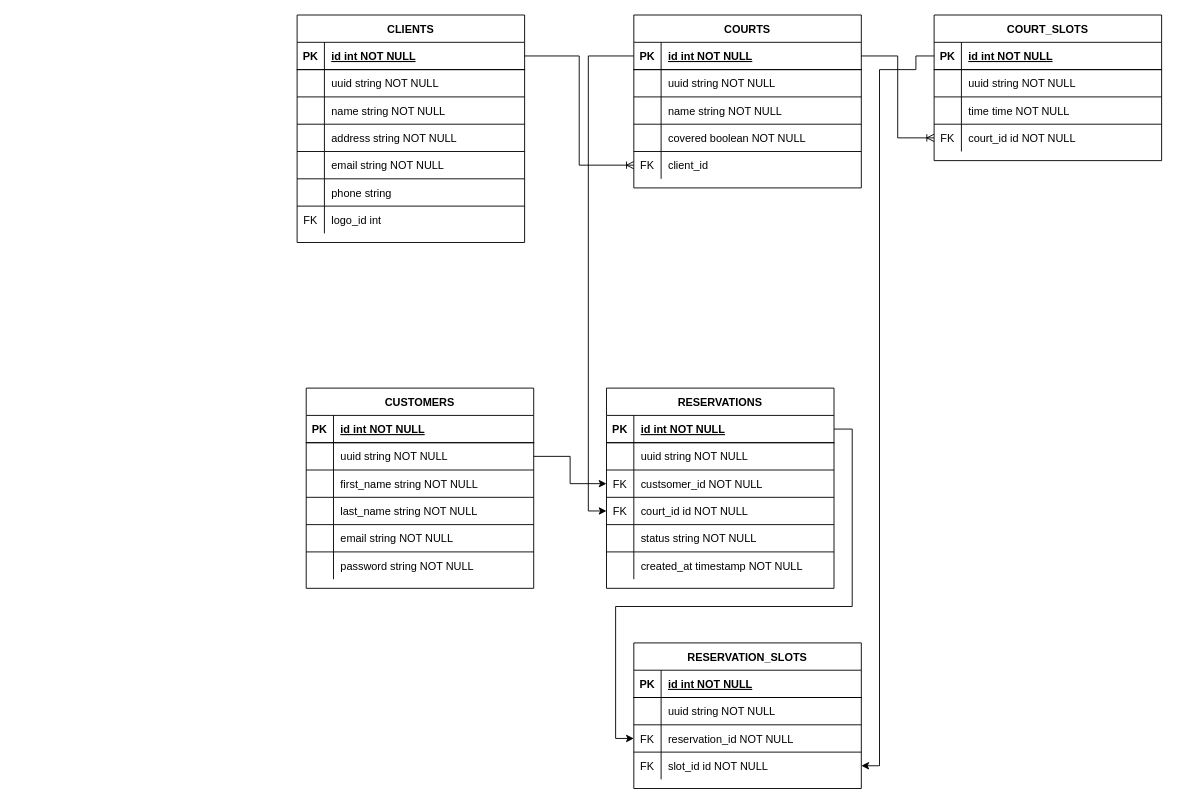
Earlier version of the draw.io diagram docs/database.drawio (dylanvill/lokal-pikol). Source tidied: cells renumbered, new cells numbered last; positions are measured from the earlier drawing's top-left corner, leaving out a move shared by most shapes. Both pictures are drawn from the tidied source at 91%, with x=0, y=0 at pixel (297, 15).
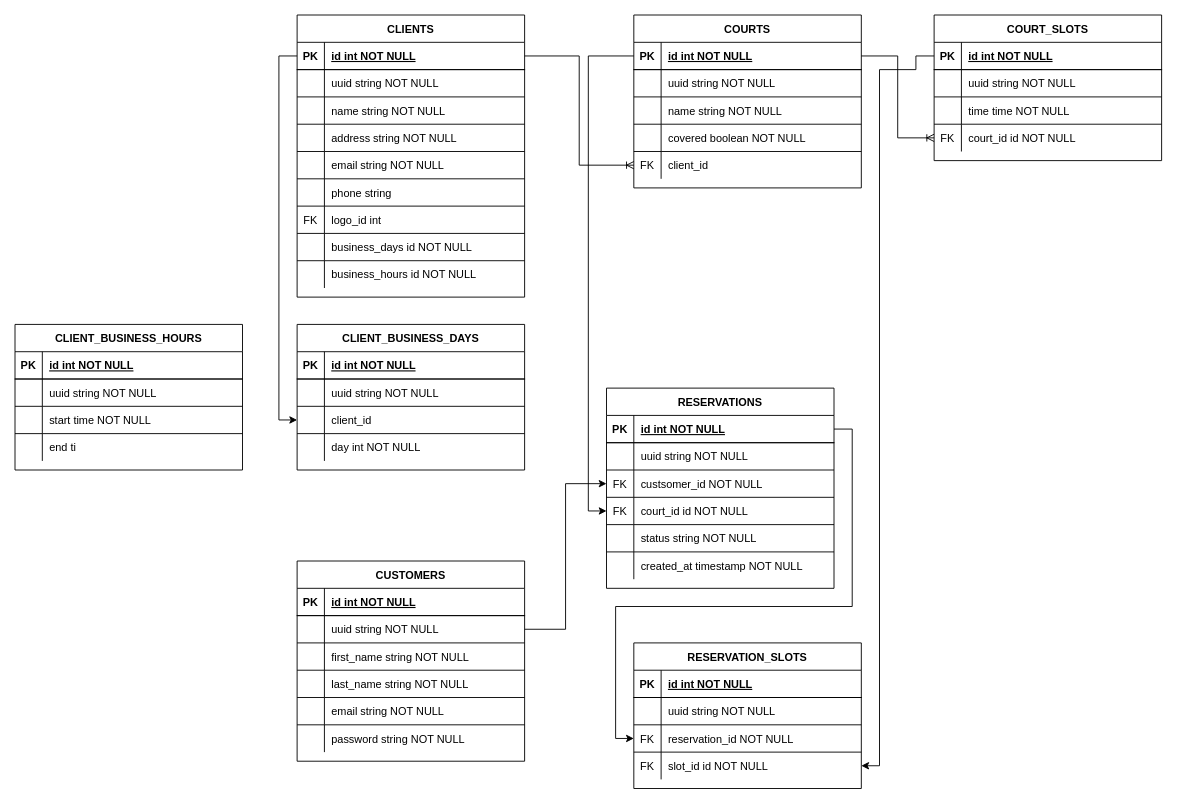
The same diagram, later.

Commit message:
docs: database chart update

The change refers to these unchanged cells:
```xml
<mxCell id="32" style="shape=partialRectangle;fillColor=none;points=[[0,0.5],[1,0.5]];portConstraint=eastwest;top=0;left=0;right=0;bottom=1;" parent="31" vertex="1">
  <mxGeometry y="30" width="250" height="30" as="geometry" />
</mxCell>
```

The edit, as a diff of the source:
```diff
@@
     <mxCell id="31" value="CLIENTS" style="shape=table;startSize=30;childLayout=tableLayout;rowLines=1;fontStyle=1;align=center;" parent="1" vertex="1">
-      <mxGeometry width="250" height="250" as="geometry" />
+      <mxGeometry width="250" height="310" as="geometry" />
     </mxCell>
@@
+    <mxCell id="110" style="shape=partialRectangle;fillColor=none;top=0;left=0;right=0;bottom=0;" parent="31" vertex="1">
+      <mxGeometry y="240" width="250" height="30" as="geometry" />
+    </mxCell>
+    <mxCell id="111" style="shape=partialRectangle;overflow=hidden;fillColor=none;top=0;left=0;bottom=0;right=0;" parent="110" vertex="1">
+      <mxGeometry width="30" height="30" as="geometry" />
+    </mxCell>
+    <mxCell id="112" value="business_days id NOT NULL" style="shape=partialRectangle;overflow=hidden;fillColor=none;top=0;left=0;bottom=0;right=0;align=left;spacingLeft=6;" parent="110" vertex="1">
+      <mxGeometry x="30" width="220" height="30" as="geometry" />
+    </mxCell>
+    <mxCell id="113" style="shape=partialRectangle;fillColor=none;top=0;left=0;right=0;bottom=0;" parent="31" vertex="1">
+      <mxGeometry y="270" width="250" height="30" as="geometry" />
+    </mxCell>
+    <mxCell id="114" style="shape=partialRectangle;overflow=hidden;fillColor=none;top=0;left=0;bottom=0;right=0;" parent="113" vertex="1">
+      <mxGeometry width="30" height="30" as="geometry" />
+    </mxCell>
+    <mxCell id="115" value="business_hours id NOT NULL" style="shape=partialRectangle;overflow=hidden;fillColor=none;top=0;left=0;bottom=0;right=0;align=left;spacingLeft=6;" parent="113" vertex="1">
+      <mxGeometry x="30" width="220" height="30" as="geometry" />
+    </mxCell>
@@
     <mxCell id="55" value="CUSTOMERS" style="shape=table;startSize=30;childLayout=tableLayout;rowLines=1;fontStyle=1;align=center;" parent="1" vertex="1">
-      <mxGeometry x="10" y="410" width="250" height="220" as="geometry" />
+      <mxGeometry y="600" width="250" height="220" as="geometry" />
     </mxCell>
@@
+    <mxCell id="116" value="CLIENT_BUSINESS_DAYS" style="shape=table;startSize=30;childLayout=tableLayout;rowLines=1;fontStyle=1;align=center;" parent="1" vertex="1">
+      <mxGeometry y="340" width="250" height="160" as="geometry" />
+    </mxCell>
+    <mxCell id="117" style="shape=partialRectangle;fillColor=none;top=0;left=0;right=0;bottom=1;" parent="116" vertex="1">
+      <mxGeometry y="30" width="250" height="30" as="geometry" />
+    </mxCell>
+    <mxCell id="118" value="PK" style="shape=partialRectangle;overflow=hidden;fillColor=none;top=0;left=0;bottom=0;right=0;fontStyle=1;" parent="117" vertex="1">
+      <mxGeometry width="30" height="30" as="geometry" />
+    </mxCell>
+    <mxCell id="119" value="id int NOT NULL" style="shape=partialRectangle;overflow=hidden;fillColor=none;top=0;left=0;bottom=0;right=0;align=left;spacingLeft=6;fontStyle=5;" parent="117" vertex="1">
+      <mxGeometry x="30" width="220" height="30" as="geometry" />
+    </mxCell>
+    <mxCell id="120" style="shape=partialRectangle;fillColor=none;top=0;left=0;right=0;bottom=0;" parent="116" vertex="1">
+      <mxGeometry y="60" width="250" height="30" as="geometry" />
+    </mxCell>
+    <mxCell id="121" style="shape=partialRectangle;overflow=hidden;fillColor=none;top=0;left=0;bottom=0;right=0;" parent="120" vertex="1">
+      <mxGeometry width="30" height="30" as="geometry" />
+    </mxCell>
+    <mxCell id="122" value="uuid string NOT NULL" style="shape=partialRectangle;overflow=hidden;fillColor=none;top=0;left=0;bottom=0;right=0;align=left;spacingLeft=6;" parent="120" vertex="1">
+      <mxGeometry x="30" width="220" height="30" as="geometry" />
+    </mxCell>
+    <mxCell id="123" style="shape=partialRectangle;fillColor=none;points=[[0,0.5],[1,0.5]];portConstraint=eastwest;top=0;left=0;right=0;bottom=0;" parent="116" vertex="1">
+      <mxGeometry y="90" width="250" height="30" as="geometry" />
+    </mxCell>
+    <mxCell id="124" style="shape=partialRectangle;overflow=hidden;fillColor=none;top=0;left=0;bottom=0;right=0;" parent="123" vertex="1">
+      <mxGeometry width="30" height="30" as="geometry" />
+    </mxCell>
+    <mxCell id="125" value="client_id" style="shape=partialRectangle;overflow=hidden;fillColor=none;top=0;left=0;bottom=0;right=0;align=left;spacingLeft=6;" parent="123" vertex="1">
+      <mxGeometry x="30" width="220" height="30" as="geometry" />
+    </mxCell>
+    <mxCell id="126" style="shape=partialRectangle;fillColor=none;top=0;left=0;right=0;bottom=0;" parent="116" vertex="1">
+      <mxGeometry y="120" width="250" height="30" as="geometry" />
+    </mxCell>
+    <mxCell id="127" style="shape=partialRectangle;overflow=hidden;fillColor=none;top=0;left=0;bottom=0;right=0;" parent="126" vertex="1">
+      <mxGeometry width="30" height="30" as="geometry" />
+    </mxCell>
+    <mxCell id="128" value="day int NOT NULL" style="shape=partialRectangle;overflow=hidden;fillColor=none;top=0;left=0;bottom=0;right=0;align=left;spacingLeft=6;" parent="126" vertex="1">
+      <mxGeometry x="30" width="220" height="30" as="geometry" />
+    </mxCell>
+    <mxCell id="129" style="edgeStyle=orthogonalEdgeStyle;rounded=0;jettySize=auto;html=1;exitX=0;exitY=0.5;exitDx=0;exitDy=0;entryX=0;entryY=0.5;entryDx=0;entryDy=0;" parent="1" edge="1" source="32" target="123">
+      <mxGeometry relative="1" as="geometry" />
+    </mxCell>
+    <mxCell id="130" value="CLIENT_BUSINESS_HOURS" style="shape=table;startSize=30;childLayout=tableLayout;rowLines=1;fontStyle=1;align=center;" parent="1" vertex="1">
+      <mxGeometry x="-310" y="340" width="250" height="160" as="geometry" />
+    </mxCell>
+    <mxCell id="131" style="shape=partialRectangle;fillColor=none;top=0;left=0;right=0;bottom=1;" parent="130" vertex="1">
+      <mxGeometry y="30" width="250" height="30" as="geometry" />
+    </mxCell>
+    <mxCell id="132" value="PK" style="shape=partialRectangle;overflow=hidden;fillColor=none;top=0;left=0;bottom=0;right=0;fontStyle=1;" parent="131" vertex="1">
+      <mxGeometry width="30" height="30" as="geometry" />
+    </mxCell>
+    <mxCell id="133" value="id int NOT NULL" style="shape=partialRectangle;overflow=hidden;fillColor=none;top=0;left=0;bottom=0;right=0;align=left;spacingLeft=6;fontStyle=5;" parent="131" vertex="1">
+      <mxGeometry x="30" width="220" height="30" as="geometry" />
+    </mxCell>
+    <mxCell id="134" style="shape=partialRectangle;fillColor=none;top=0;left=0;right=0;bottom=0;" parent="130" vertex="1">
+      <mxGeometry y="60" width="250" height="30" as="geometry" />
+    </mxCell>
+    <mxCell id="135" style="shape=partialRectangle;overflow=hidden;fillColor=none;top=0;left=0;bottom=0;right=0;" parent="134" vertex="1">
+      <mxGeometry width="30" height="30" as="geometry" />
+    </mxCell>
+    <mxCell id="136" value="uuid string NOT NULL" style="shape=partialRectangle;overflow=hidden;fillColor=none;top=0;left=0;bottom=0;right=0;align=left;spacingLeft=6;" parent="134" vertex="1">
+      <mxGeometry x="30" width="220" height="30" as="geometry" />
+    </mxCell>
+    <mxCell id="137" style="shape=partialRectangle;fillColor=none;top=0;left=0;right=0;bottom=0;" parent="130" vertex="1">
+      <mxGeometry y="90" width="250" height="30" as="geometry" />
+    </mxCell>
+    <mxCell id="138" style="shape=partialRectangle;overflow=hidden;fillColor=none;top=0;left=0;bottom=0;right=0;" parent="137" vertex="1">
+      <mxGeometry width="30" height="30" as="geometry" />
+    </mxCell>
+    <mxCell id="139" value="start time NOT NULL" style="shape=partialRectangle;overflow=hidden;fillColor=none;top=0;left=0;bottom=0;right=0;align=left;spacingLeft=6;" parent="137" vertex="1">
+      <mxGeometry x="30" width="220" height="30" as="geometry" />
+    </mxCell>
+    <mxCell id="140" style="shape=partialRectangle;fillColor=none;top=0;left=0;right=0;bottom=0;" parent="130" vertex="1">
+      <mxGeometry y="120" width="250" height="30" as="geometry" />
+    </mxCell>
+    <mxCell id="141" style="shape=partialRectangle;overflow=hidden;fillColor=none;top=0;left=0;bottom=0;right=0;" parent="140" vertex="1">
+      <mxGeometry width="30" height="30" as="geometry" />
+    </mxCell>
+    <mxCell id="142" value="end ti" style="shape=partialRectangle;overflow=hidden;fillColor=none;top=0;left=0;bottom=0;right=0;align=left;spacingLeft=6;" parent="140" vertex="1">
+      <mxGeometry x="30" width="220" height="30" as="geometry" />
+    </mxCell>
```
